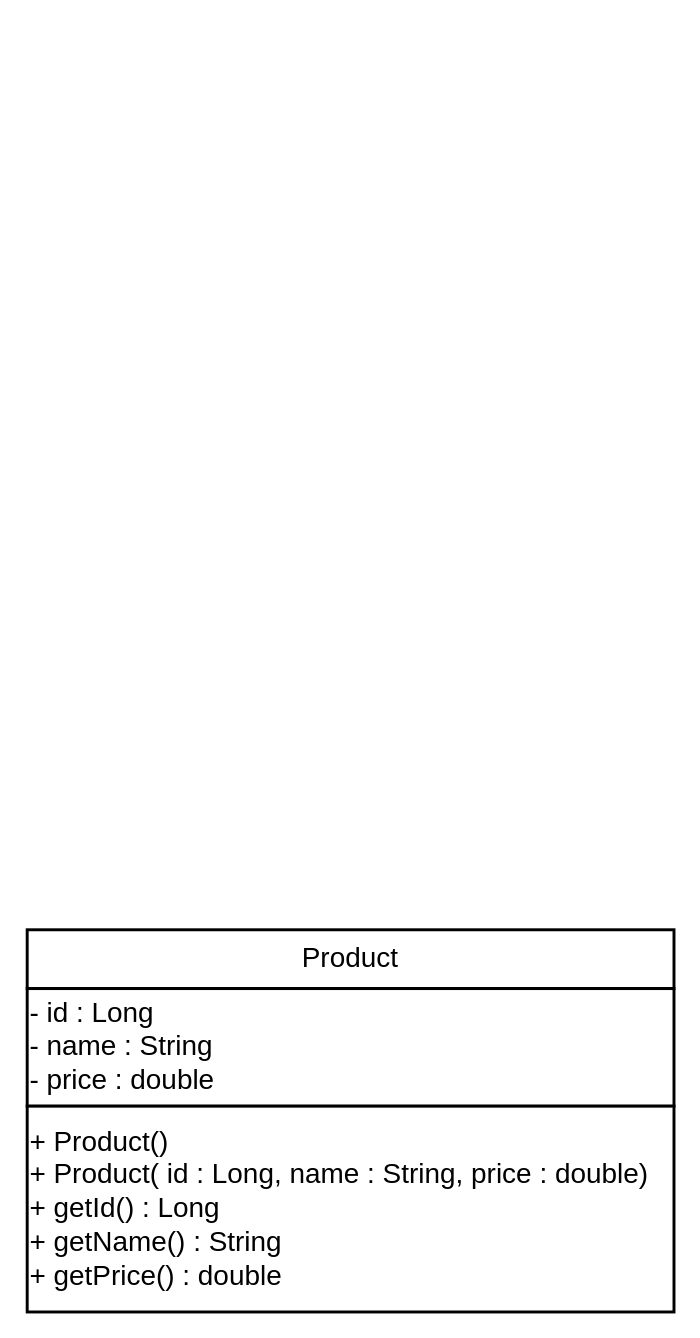
mrahman768/products-api keeps this draw.io diagram as docs/uml/Product.drawio. Above is the earlier version. Source tidied: cells renumbered, new cells numbered last; positions are measured from the earlier drawing's top-left corner, leaving out a move shared by most shapes. Both pictures are drawn from the tidied source at 147%, with x=0, y=0 at pixel (26, 929).
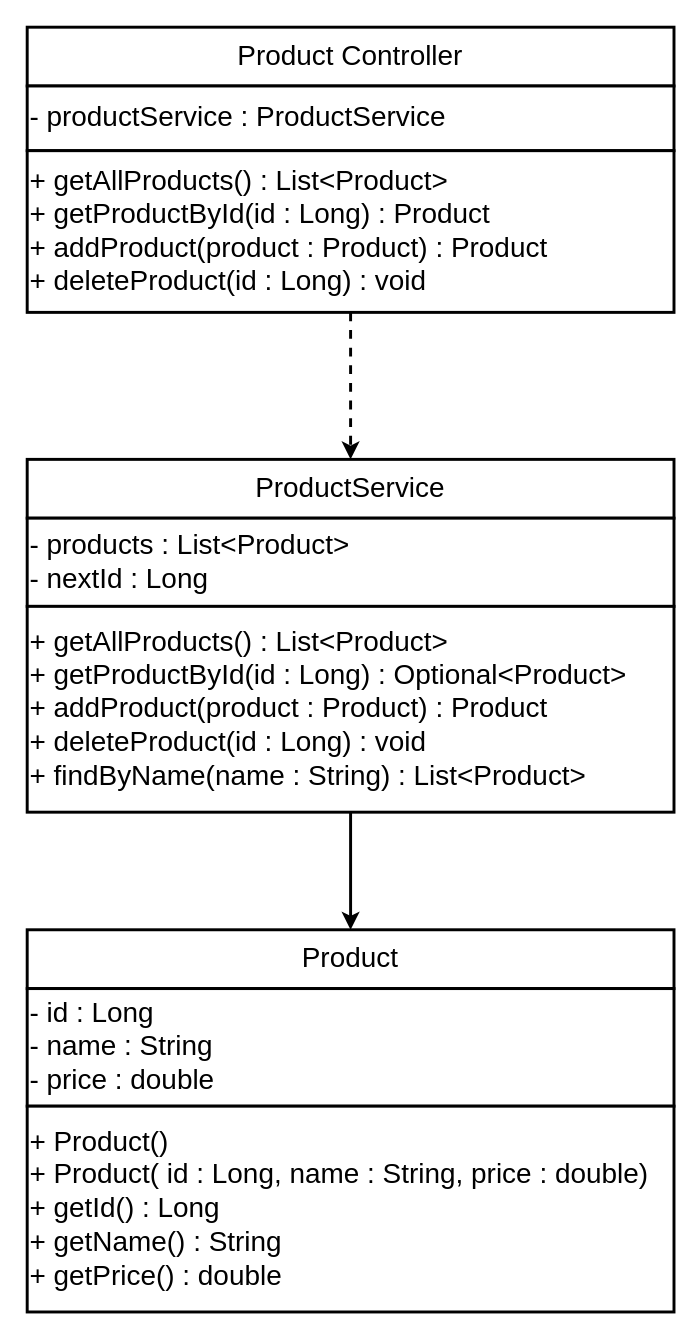
Above is the later version.

Commit message (it also covers changes not shown here):
Tutorial 3: ProductService with List - four CRUD endpoints working

Change to the diagram source:
```diff
@@
 <mxGraphModel>
   <root>
     <mxCell id="0" />
     <mxCell id="1" parent="0" />
     <mxCell id="2" value="&lt;font style=&quot;font-size: 19px;&quot;&gt;Product&lt;/font&gt;" style="rounded=0;whiteSpace=wrap;html=1;strokeWidth=2;" parent="1" vertex="1">
       <mxGeometry width="440" height="40" as="geometry" />
     </mxCell>
     <mxCell id="3" value="&lt;font style=&quot;font-size: 19px;&quot;&gt;- id : Long&lt;/font&gt;&lt;div&gt;&lt;font style=&quot;font-size: 19px;&quot;&gt;- name : String&lt;/font&gt;&lt;/div&gt;&lt;div&gt;&lt;font style=&quot;font-size: 19px;&quot;&gt;- price : double&lt;/font&gt;&lt;/div&gt;" style="rounded=0;whiteSpace=wrap;html=1;strokeWidth=2;align=left;" parent="1" vertex="1">
       <mxGeometry y="40" width="440" height="80" as="geometry" />
     </mxCell>
     <mxCell id="4" value="&lt;font style=&quot;font-size: 19px;&quot;&gt;+ Product()&lt;/font&gt;&lt;div&gt;&lt;font style=&quot;font-size: 19px;&quot;&gt;+ Product( id : Long, name : String, price : double)&lt;/font&gt;&lt;/div&gt;&lt;div&gt;&lt;font style=&quot;font-size: 19px;&quot;&gt;+ getId() : Long&lt;/font&gt;&lt;/div&gt;&lt;div&gt;&lt;font style=&quot;font-size: 19px;&quot;&gt;+ getName() : String&lt;/font&gt;&lt;/div&gt;&lt;div&gt;&lt;font style=&quot;font-size: 19px;&quot;&gt;+ getPrice() : double&lt;/font&gt;&lt;/div&gt;" style="rounded=0;whiteSpace=wrap;html=1;strokeWidth=2;align=left;" parent="1" vertex="1">
       <mxGeometry y="120" width="440" height="140" as="geometry" />
     </mxCell>
+    <mxCell id="5" value="&lt;font style=&quot;font-size: 19px;&quot;&gt;ProductService&lt;/font&gt;" style="rounded=0;whiteSpace=wrap;html=1;strokeWidth=2;" parent="1" vertex="1">
+      <mxGeometry y="-320" width="440" height="40" as="geometry" />
+    </mxCell>
+    <mxCell id="6" value="&lt;div style=&quot;font-size: 19px;&quot;&gt;&lt;font style=&quot;font-size: 19px;&quot;&gt;- products : List&amp;lt;Product&amp;gt;&lt;/font&gt;&lt;/div&gt;&lt;div style=&quot;font-size: 19px;&quot;&gt;&lt;font style=&quot;font-size: 19px;&quot;&gt;- nextId : Long&lt;/font&gt;&lt;/div&gt;" style="rounded=0;whiteSpace=wrap;html=1;strokeWidth=2;align=left;" parent="1" vertex="1">
+      <mxGeometry y="-280" width="440" height="60" as="geometry" />
+    </mxCell>
+    <mxCell id="7" style="edgeStyle=orthogonalEdgeStyle;rounded=0;jettySize=auto;html=1;entryX=0.5;entryY=0;entryDx=0;entryDy=0;strokeWidth=2;" parent="1" edge="1" source="8" target="2">
+      <mxGeometry relative="1" as="geometry" />
+    </mxCell>
+    <mxCell id="8" value="&lt;div style=&quot;font-size: 19px;&quot;&gt;&lt;font style=&quot;font-size: 19px;&quot;&gt;+ getAllProducts() : List&amp;lt;Product&amp;gt;&lt;/font&gt;&lt;/div&gt;&lt;div style=&quot;font-size: 19px;&quot;&gt;&lt;font style=&quot;font-size: 19px;&quot;&gt;+ getProductById(id : Long) : Optional&amp;lt;Product&amp;gt;&lt;/font&gt;&lt;/div&gt;&lt;div style=&quot;font-size: 19px;&quot;&gt;&lt;font style=&quot;font-size: 19px;&quot;&gt;+ addProduct(product : Product) : Product&lt;/font&gt;&lt;/div&gt;&lt;div style=&quot;font-size: 19px;&quot;&gt;&lt;font style=&quot;font-size: 19px;&quot;&gt;+ deleteProduct(id : Long) : void&lt;/font&gt;&lt;/div&gt;&lt;div style=&quot;font-size: 19px;&quot;&gt;&lt;font style=&quot;font-size: 19px;&quot;&gt;+ findByName(name : String) : List&amp;lt;Product&amp;gt;&lt;/font&gt;&lt;/div&gt;" style="rounded=0;whiteSpace=wrap;html=1;strokeWidth=2;align=left;" parent="1" vertex="1">
+      <mxGeometry y="-220" width="440" height="140" as="geometry" />
+    </mxCell>
+    <mxCell id="9" value="&lt;font style=&quot;font-size: 19px;&quot;&gt;Product Controller&lt;/font&gt;" style="rounded=0;whiteSpace=wrap;html=1;strokeWidth=2;" parent="1" vertex="1">
+      <mxGeometry y="-614" width="440" height="40" as="geometry" />
+    </mxCell>
+    <mxCell id="10" value="&lt;font style=&quot;font-size: 19px;&quot;&gt;- productService : ProductService&lt;/font&gt;" style="rounded=0;whiteSpace=wrap;html=1;strokeWidth=2;align=left;" parent="1" vertex="1">
+      <mxGeometry y="-574" width="440" height="44" as="geometry" />
+    </mxCell>
+    <mxCell id="11" style="edgeStyle=orthogonalEdgeStyle;rounded=0;jettySize=auto;html=1;entryX=0.5;entryY=0;entryDx=0;entryDy=0;strokeWidth=2;dashed=1;" parent="1" edge="1" source="12" target="5">
+      <mxGeometry relative="1" as="geometry" />
+    </mxCell>
+    <mxCell id="12" value="&lt;div style=&quot;font-size: 19px;&quot;&gt;&lt;font style=&quot;font-size: 19px;&quot;&gt;+ getAllProducts() : List&amp;lt;Product&amp;gt;&lt;/font&gt;&lt;/div&gt;&lt;div style=&quot;font-size: 19px;&quot;&gt;&lt;font style=&quot;font-size: 19px;&quot;&gt;+ getProductById(id : Long) : Product&lt;/font&gt;&lt;/div&gt;&lt;div style=&quot;font-size: 19px;&quot;&gt;&lt;font style=&quot;font-size: 19px;&quot;&gt;+ addProduct(product : Product) : Product&lt;/font&gt;&lt;/div&gt;&lt;div style=&quot;font-size: 19px;&quot;&gt;&lt;font style=&quot;font-size: 19px;&quot;&gt;+ deleteProduct(id : Long) : void&lt;/font&gt;&lt;/div&gt;" style="rounded=0;whiteSpace=wrap;html=1;strokeWidth=2;align=left;" parent="1" vertex="1">
+      <mxGeometry y="-530" width="440" height="110" as="geometry" />
+    </mxCell>
   </root>
 </mxGraphModel>
```
